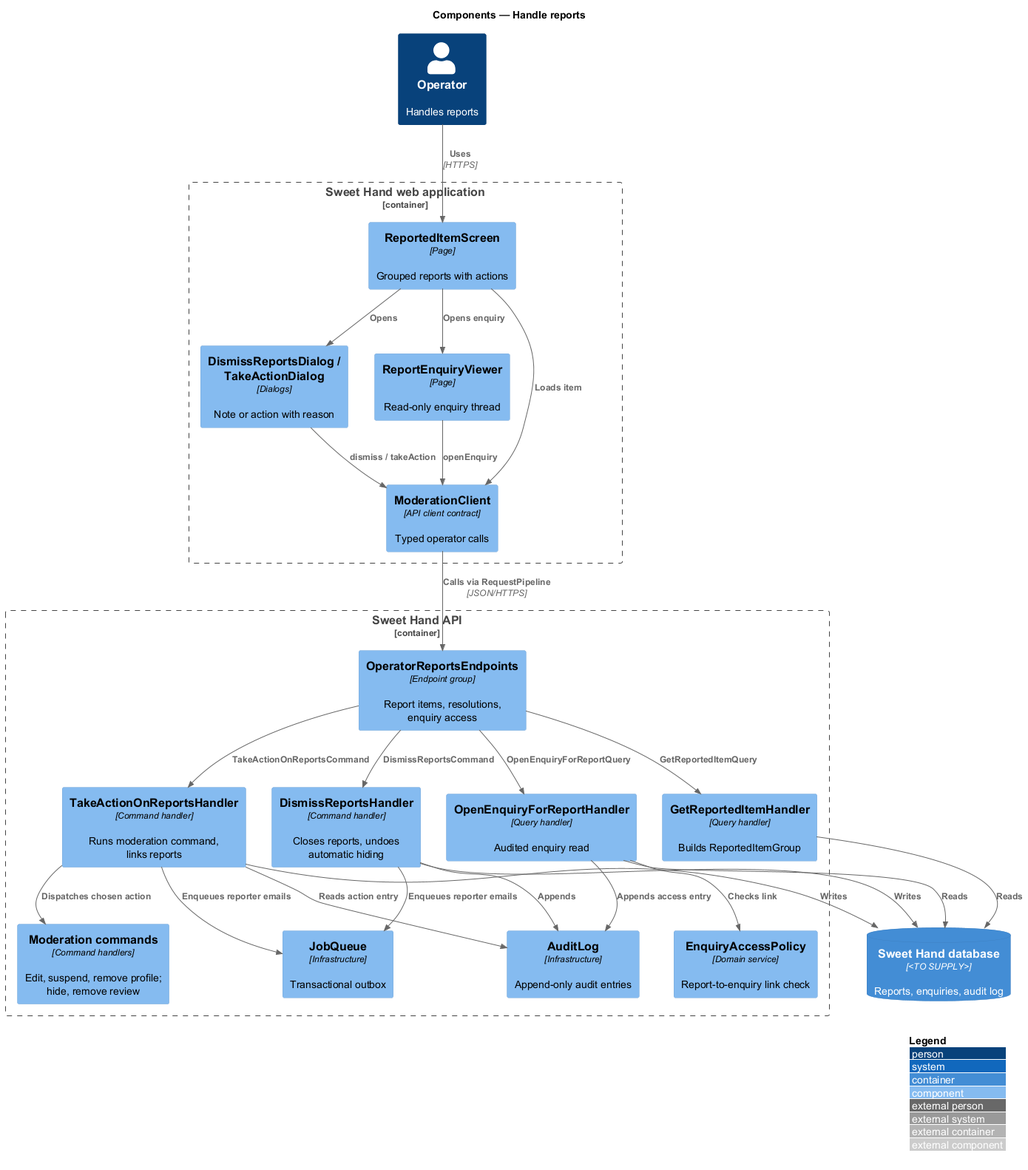
The PlantUML diagram docs/detailed-designs/moderation/handle-reports/diagrams/c4-component.png in QuinntyneBrown/sweet-hand, before a commit. Source of this version:
```plantuml
@startuml
!include <C4/C4_Component>
LAYOUT_WITH_LEGEND()
title Components — Handle reports

Person(operator, "Operator", "Handles reports")
Container_Boundary(web, "Sweet Hand web application") {
  Component(screen, "ReportedItemScreen", "Page", "Grouped reports with actions")
  Component(dialogs, "DismissReportsDialog / TakeActionDialog", "Dialogs", "Note or action with reason")
  Component(viewer, "ReportEnquiryViewer", "Page", "Read-only enquiry thread")
  Component(client, "ModerationClient", "API client contract", "Typed operator calls")
}
Container_Boundary(api, "Sweet Hand API") {
  Component(endpoints, "OperatorReportsEndpoints", "Endpoint group", "Report items, resolutions, enquiry access")
  Component(getH, "GetReportedItemHandler", "Query handler", "Builds ReportedItemGroup")
  Component(dismissH, "DismissReportsHandler", "Command handler", "Closes reports, undoes automatic hiding")
  Component(actionH, "TakeActionOnReportsHandler", "Command handler", "Runs moderation command, links reports")
  Component(modCmds, "Moderation commands", "Command handlers", "Edit, suspend, remove profile; hide, remove review")
  Component(enqH, "OpenEnquiryForReportHandler", "Query handler", "Audited enquiry read")
  Component(policy, "EnquiryAccessPolicy", "Domain service", "Report-to-enquiry link check")
  Component(audit, "AuditLog", "Infrastructure", "Append-only audit entries")
  Component(jobs, "JobQueue", "Infrastructure", "Transactional outbox")
}
ContainerDb(db, "Sweet Hand database", "<TO SUPPLY>", "Reports, enquiries, audit log")

Rel(operator, screen, "Uses", "HTTPS")
Rel(screen, dialogs, "Opens")
Rel(screen, viewer, "Opens enquiry")
Rel(screen, client, "Loads item")
Rel(dialogs, client, "dismiss / takeAction")
Rel(viewer, client, "openEnquiry")
Rel(client, endpoints, "Calls via RequestPipeline", "JSON/HTTPS")
Rel(endpoints, getH, "GetReportedItemQuery")
Rel(endpoints, dismissH, "DismissReportsCommand")
Rel(endpoints, actionH, "TakeActionOnReportsCommand")
Rel(endpoints, enqH, "OpenEnquiryForReportQuery")
Rel(actionH, modCmds, "Dispatches chosen action")
Rel(enqH, policy, "Checks link")
Rel(dismissH, audit, "Appends")
Rel(actionH, audit, "Reads action entry")
Rel(enqH, audit, "Appends access entry")
Rel(dismissH, jobs, "Enqueues reporter emails")
Rel(actionH, jobs, "Enqueues reporter emails")
Rel(getH, db, "Reads")
Rel(dismissH, db, "Writes")
Rel(actionH, db, "Writes")
Rel(enqH, db, "Reads")
@enduml
```
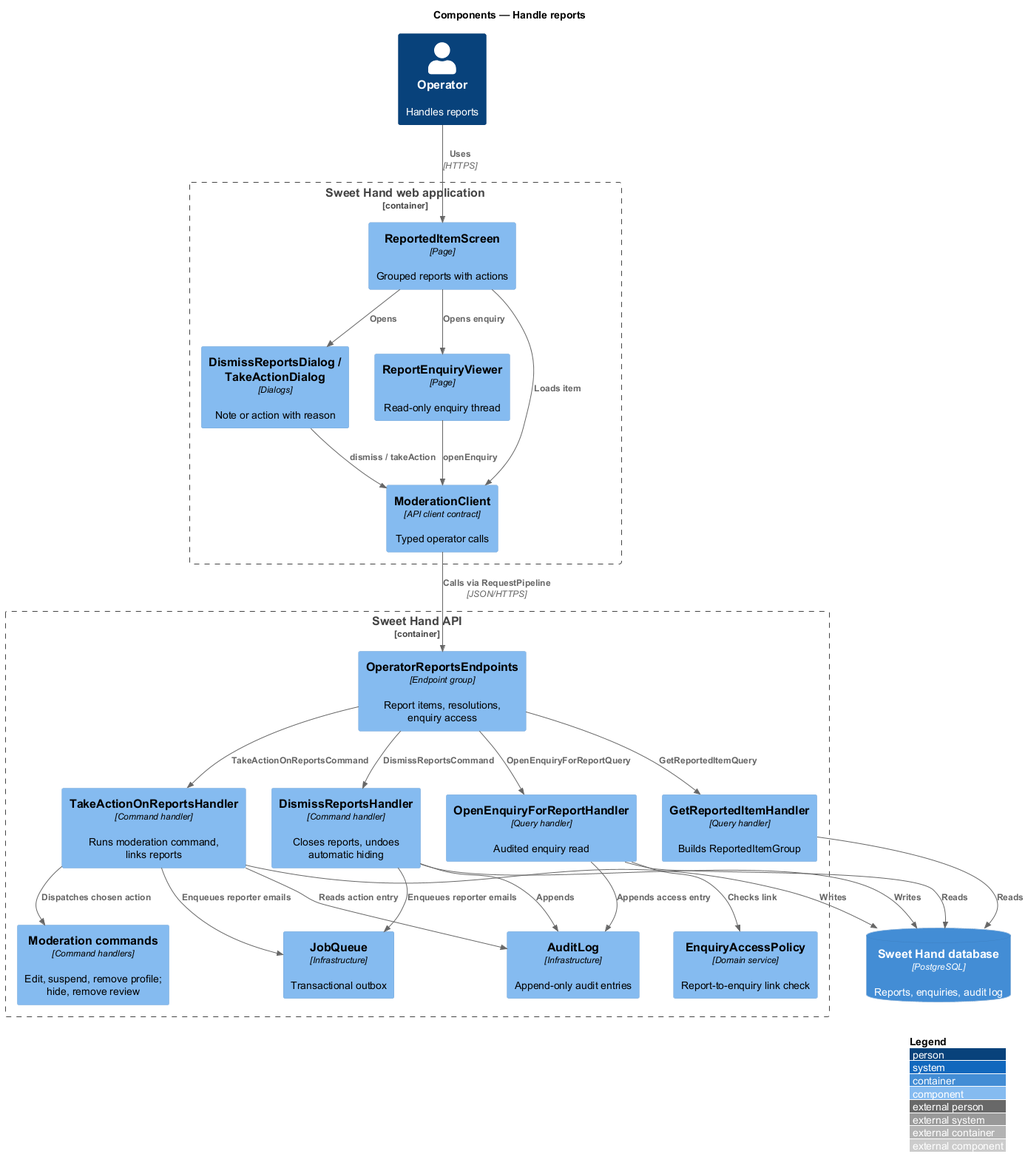
Later version of the same file.

What changed in the source:
```diff
@@ -21,7 +21,7 @@
   Component(audit, "AuditLog", "Infrastructure", "Append-only audit entries")
   Component(jobs, "JobQueue", "Infrastructure", "Transactional outbox")
 }
-ContainerDb(db, "Sweet Hand database", "<TO SUPPLY>", "Reports, enquiries, audit log")
+ContainerDb(db, "Sweet Hand database", "PostgreSQL", "Reports, enquiries, audit log")
 
 Rel(operator, screen, "Uses", "HTTPS")
 Rel(screen, dialogs, "Opens")
```
